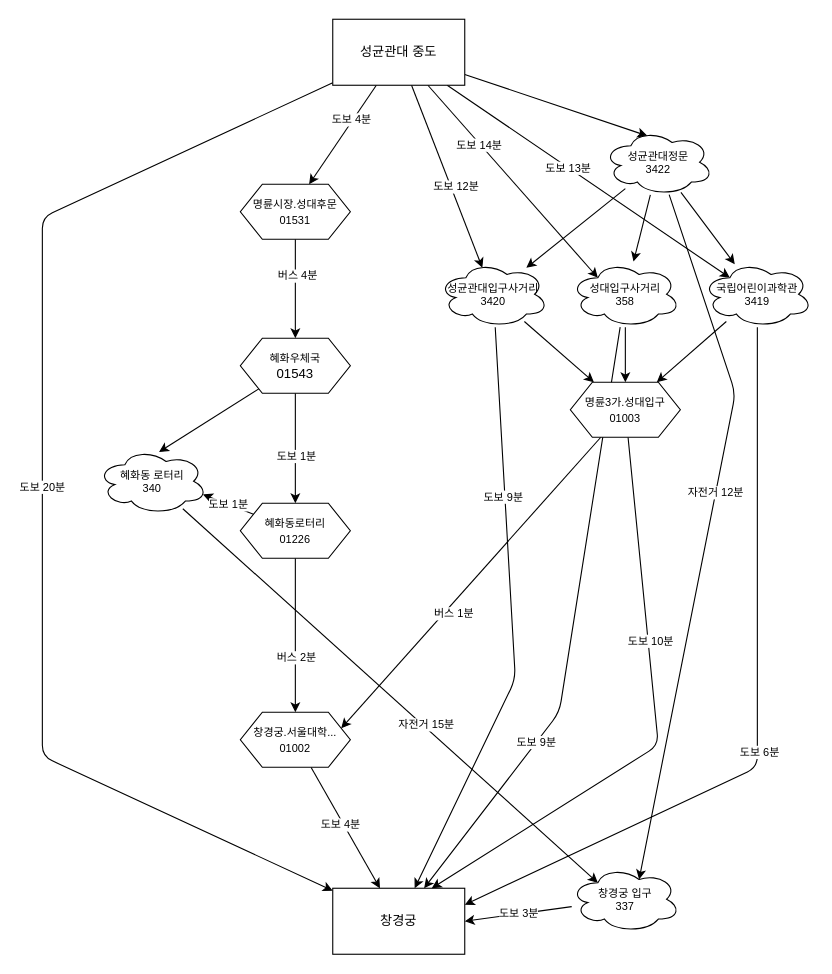
This is skku-to-changgyeonggung.drawio from dannaward/seoulbike-navigation, a draw.io file, before an edit. Source tidied: cells renumbered, new cells numbered last; positions are measured from the earlier drawing's top-left corner, leaving out a move shared by most shapes. Both pictures are drawn from the tidied source at 110%, with x=0, y=0 at pixel (42, 19).
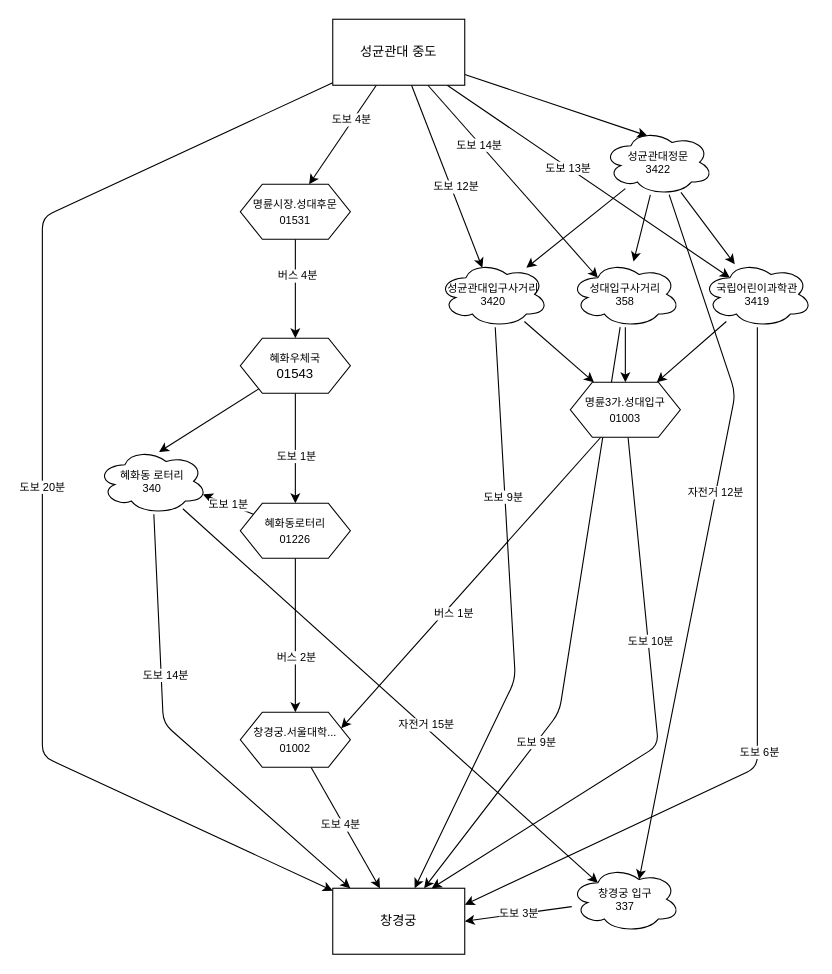
Above is the later version.

Commit message:
혜화동로터리 대여소 -> 창경궁 도보 경로 추가

The change refers to these unchanged cells:
```xml
<mxCell id="13" value="창경궁" style="rounded=0;whiteSpace=wrap;html=1;" parent="1" vertex="1">
  <mxGeometry x="264" y="790" width="120" height="60" as="geometry" />
</mxCell>
<mxCell id="53" value="혜화동 로터리&lt;br&gt;340" style="ellipse;shape=cloud;whiteSpace=wrap;html=1;fontSize=10;" parent="1" vertex="1">
  <mxGeometry x="50" y="390" width="100" height="60" as="geometry" />
</mxCell>
```

The edit, as a diff of the source:
```diff
@@
+    <mxCell id="56" style="edgeStyle=none;jettySize=auto;html=1;entryX=0.133;entryY=0;entryDx=0;entryDy=0;entryPerimeter=0;fontSize=10;" parent="1" edge="1" source="53" target="13">
+      <mxGeometry relative="1" as="geometry">
+        <Array as="points">
+          <mxPoint x="110" y="640" />
+        </Array>
+      </mxGeometry>
+    </mxCell>
+    <mxCell id="57" value="도보 14분" style="edgeLabel;html=1;align=center;verticalAlign=middle;fontSize=10;" parent="56" vertex="1">
+      <mxGeometry x="-0.3" y="4" relative="1" as="geometry" />
+    </mxCell>
```
